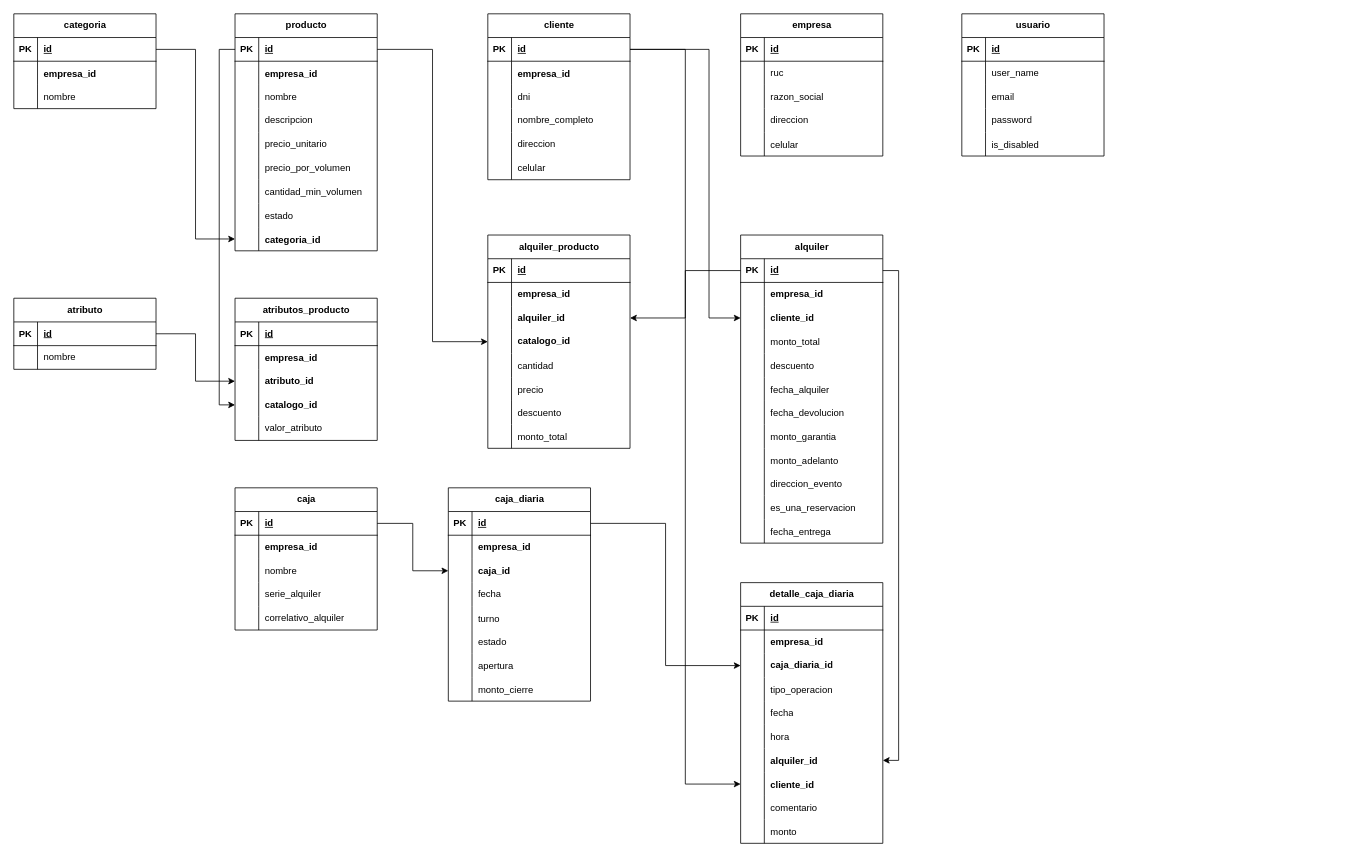
Earlier version of the draw.io diagram base_de_datos.drawio (Yemer-Ramos-Ccorimanya/syscomweb). Source tidied: cells renumbered, new cells numbered last; positions are measured from the earlier drawing's top-left corner, leaving out a move shared by most shapes. Both pictures are drawn from the tidied source at 79%, with x=0, y=0 at pixel (13, 13).
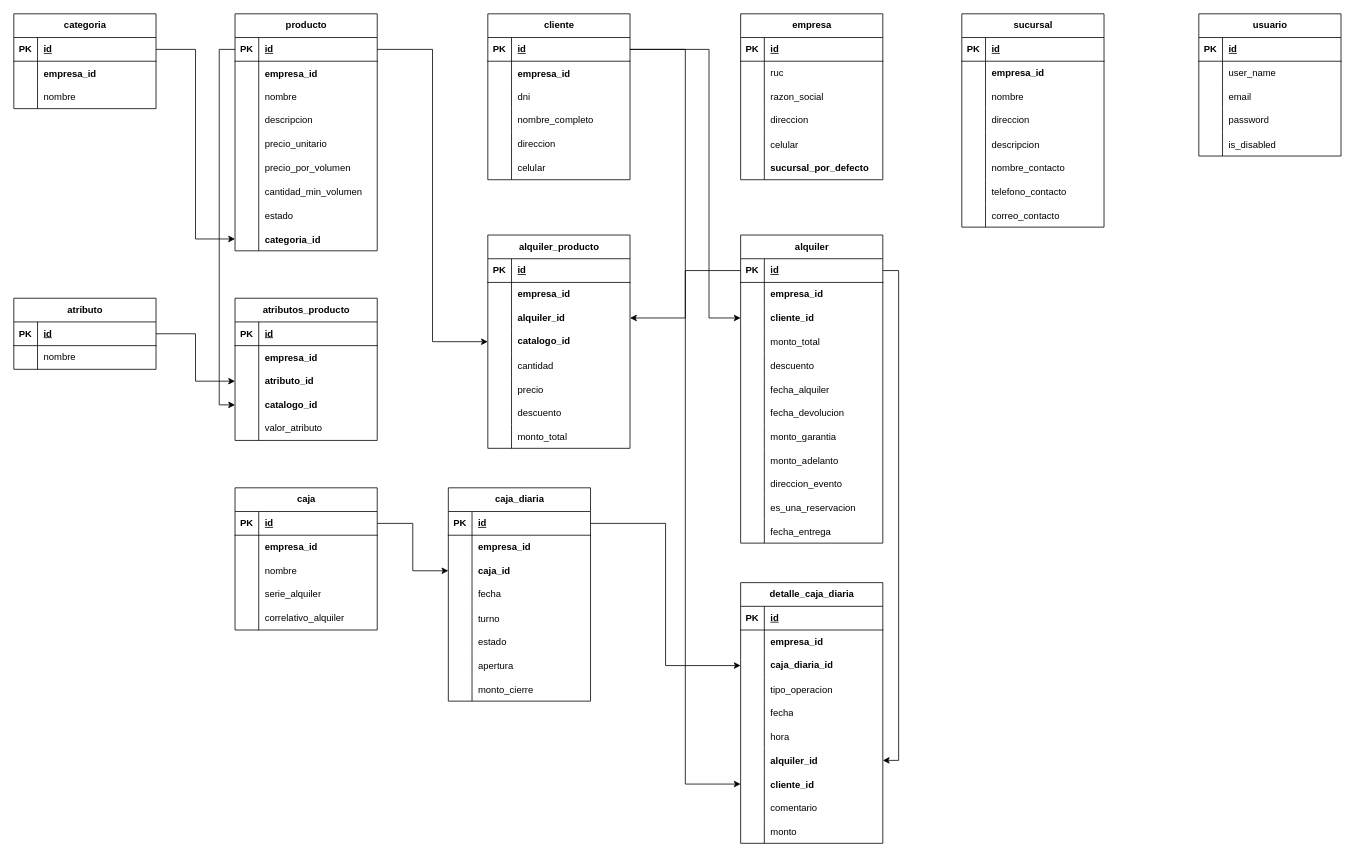
Above is the later version.

Change to the diagram source:
```diff
@@
     <mxCell id="226" value="empresa" style="shape=table;startSize=30;childLayout=tableLayout;rowLines=0;fontStyle=1;align=center;html=1;" parent="1" vertex="1">
-      <mxGeometry x="920" width="180" height="180" as="geometry" />
+      <mxGeometry x="920" width="180" height="210" as="geometry" />
     </mxCell>
@@
+    <mxCell id="258" style="shape=tableRow;horizontal=0;startSize=0;swimlaneHead=0;swimlaneBody=0;fillColor=none;top=0;left=0;right=0;bottom=0;" parent="226" vertex="1">
+      <mxGeometry y="180" width="180" height="30" as="geometry" />
+    </mxCell>
+    <mxCell id="259" style="shape=partialRectangle;fillColor=none;top=0;left=0;bottom=0;right=0;overflow=hidden;" parent="258" vertex="1">
+      <mxGeometry width="30" height="30" as="geometry" />
+    </mxCell>
+    <mxCell id="260" value="sucursal_por_defecto" style="shape=partialRectangle;fillColor=none;top=0;left=0;bottom=0;right=0;align=left;spacingLeft=6;overflow=hidden;fontStyle=1;" parent="258" vertex="1">
+      <mxGeometry x="30" width="150" height="30" as="geometry" />
+    </mxCell>
     <mxCell id="242" value="usuario" style="shape=table;startSize=30;childLayout=tableLayout;rowLines=0;fontStyle=1;align=center;html=1;" parent="1" vertex="1">
-      <mxGeometry x="1200" width="180" height="180" as="geometry" />
+      <mxGeometry x="1500" width="180" height="180" as="geometry" />
     </mxCell>
@@
+    <mxCell id="261" value="sucursal" style="shape=table;startSize=30;childLayout=tableLayout;rowLines=0;fontStyle=1;align=center;html=1;" parent="1" vertex="1">
+      <mxGeometry x="1200" width="180" height="270" as="geometry" />
+    </mxCell>
+    <mxCell id="262" style="shape=tableRow;horizontal=0;startSize=0;swimlaneHead=0;swimlaneBody=0;fillColor=none;top=0;left=0;right=0;bottom=1;" parent="261" vertex="1">
+      <mxGeometry y="30" width="180" height="30" as="geometry" />
+    </mxCell>
+    <mxCell id="263" value="PK" style="shape=partialRectangle;fillColor=none;top=0;left=0;bottom=0;right=0;fontStyle=1;overflow=hidden;whiteSpace=wrap;html=1;" parent="262" vertex="1">
+      <mxGeometry width="30" height="30" as="geometry" />
+    </mxCell>
+    <mxCell id="264" value="id" style="shape=partialRectangle;fillColor=none;top=0;left=0;bottom=0;right=0;align=left;spacingLeft=6;fontStyle=5;overflow=hidden;whiteSpace=wrap;html=1;" parent="262" vertex="1">
+      <mxGeometry x="30" width="150" height="30" as="geometry" />
+    </mxCell>
+    <mxCell id="265" style="shape=tableRow;horizontal=0;startSize=0;swimlaneHead=0;swimlaneBody=0;fillColor=none;top=0;left=0;right=0;bottom=0;" parent="261" vertex="1">
+      <mxGeometry y="60" width="180" height="30" as="geometry" />
+    </mxCell>
+    <mxCell id="266" style="shape=partialRectangle;fillColor=none;top=0;left=0;bottom=0;right=0;overflow=hidden;whiteSpace=wrap;html=1;" parent="265" vertex="1">
+      <mxGeometry width="30" height="30" as="geometry" />
+    </mxCell>
+    <mxCell id="267" value="empresa_id" style="shape=partialRectangle;fillColor=none;top=0;left=0;bottom=0;right=0;align=left;spacingLeft=6;overflow=hidden;whiteSpace=wrap;html=1;fontStyle=1;" parent="265" vertex="1">
+      <mxGeometry x="30" width="150" height="30" as="geometry" />
+    </mxCell>
+    <mxCell id="268" style="shape=tableRow;horizontal=0;startSize=0;swimlaneHead=0;swimlaneBody=0;fillColor=none;top=0;left=0;right=0;bottom=0;" parent="261" vertex="1">
+      <mxGeometry y="90" width="180" height="30" as="geometry" />
+    </mxCell>
+    <mxCell id="269" style="shape=partialRectangle;fillColor=none;top=0;left=0;bottom=0;right=0;overflow=hidden;whiteSpace=wrap;html=1;" parent="268" vertex="1">
+      <mxGeometry width="30" height="30" as="geometry" />
+    </mxCell>
+    <mxCell id="270" value="nombre" style="shape=partialRectangle;fillColor=none;top=0;left=0;bottom=0;right=0;align=left;spacingLeft=6;overflow=hidden;whiteSpace=wrap;html=1;" parent="268" vertex="1">
+      <mxGeometry x="30" width="150" height="30" as="geometry" />
+    </mxCell>
+    <mxCell id="271" style="shape=tableRow;horizontal=0;startSize=0;swimlaneHead=0;swimlaneBody=0;fillColor=none;top=0;left=0;right=0;bottom=0;" parent="261" vertex="1">
+      <mxGeometry y="120" width="180" height="30" as="geometry" />
+    </mxCell>
+    <mxCell id="272" style="shape=partialRectangle;fillColor=none;top=0;left=0;bottom=0;right=0;overflow=hidden;whiteSpace=wrap;html=1;" parent="271" vertex="1">
+      <mxGeometry width="30" height="30" as="geometry" />
+    </mxCell>
+    <mxCell id="273" value="direccion" style="shape=partialRectangle;fillColor=none;top=0;left=0;bottom=0;right=0;align=left;spacingLeft=6;overflow=hidden;whiteSpace=wrap;html=1;" parent="271" vertex="1">
+      <mxGeometry x="30" width="150" height="30" as="geometry" />
+    </mxCell>
+    <mxCell id="274" style="shape=tableRow;horizontal=0;startSize=0;swimlaneHead=0;swimlaneBody=0;fillColor=none;top=0;left=0;right=0;bottom=0;" parent="261" vertex="1">
+      <mxGeometry y="150" width="180" height="30" as="geometry" />
+    </mxCell>
+    <mxCell id="275" style="shape=partialRectangle;fillColor=none;top=0;left=0;bottom=0;right=0;overflow=hidden;" parent="274" vertex="1">
+      <mxGeometry width="30" height="30" as="geometry" />
+    </mxCell>
+    <mxCell id="276" value="descripcion" style="shape=partialRectangle;fillColor=none;top=0;left=0;bottom=0;right=0;align=left;spacingLeft=6;overflow=hidden;" parent="274" vertex="1">
+      <mxGeometry x="30" width="150" height="30" as="geometry" />
+    </mxCell>
+    <mxCell id="277" style="shape=tableRow;horizontal=0;startSize=0;swimlaneHead=0;swimlaneBody=0;fillColor=none;top=0;left=0;right=0;bottom=0;" parent="261" vertex="1">
+      <mxGeometry y="180" width="180" height="30" as="geometry" />
+    </mxCell>
+    <mxCell id="278" style="shape=partialRectangle;fillColor=none;top=0;left=0;bottom=0;right=0;overflow=hidden;" parent="277" vertex="1">
+      <mxGeometry width="30" height="30" as="geometry" />
+    </mxCell>
+    <mxCell id="279" value="nombre_contacto" style="shape=partialRectangle;fillColor=none;top=0;left=0;bottom=0;right=0;align=left;spacingLeft=6;overflow=hidden;" parent="277" vertex="1">
+      <mxGeometry x="30" width="150" height="30" as="geometry" />
+    </mxCell>
+    <mxCell id="280" style="shape=tableRow;horizontal=0;startSize=0;swimlaneHead=0;swimlaneBody=0;fillColor=none;top=0;left=0;right=0;bottom=0;" parent="261" vertex="1">
+      <mxGeometry y="210" width="180" height="30" as="geometry" />
+    </mxCell>
+    <mxCell id="281" style="shape=partialRectangle;fillColor=none;top=0;left=0;bottom=0;right=0;overflow=hidden;" parent="280" vertex="1">
+      <mxGeometry width="30" height="30" as="geometry" />
+    </mxCell>
+    <mxCell id="282" value="telefono_contacto" style="shape=partialRectangle;fillColor=none;top=0;left=0;bottom=0;right=0;align=left;spacingLeft=6;overflow=hidden;" parent="280" vertex="1">
+      <mxGeometry x="30" width="150" height="30" as="geometry" />
+    </mxCell>
+    <mxCell id="283" style="shape=tableRow;horizontal=0;startSize=0;swimlaneHead=0;swimlaneBody=0;fillColor=none;top=0;left=0;right=0;bottom=0;" parent="261" vertex="1">
+      <mxGeometry y="240" width="180" height="30" as="geometry" />
+    </mxCell>
+    <mxCell id="284" style="shape=partialRectangle;fillColor=none;top=0;left=0;bottom=0;right=0;overflow=hidden;" parent="283" vertex="1">
+      <mxGeometry width="30" height="30" as="geometry" />
+    </mxCell>
+    <mxCell id="285" value="correo_contacto" style="shape=partialRectangle;fillColor=none;top=0;left=0;bottom=0;right=0;align=left;spacingLeft=6;overflow=hidden;" parent="283" vertex="1">
+      <mxGeometry x="30" width="150" height="30" as="geometry" />
+    </mxCell>
```
